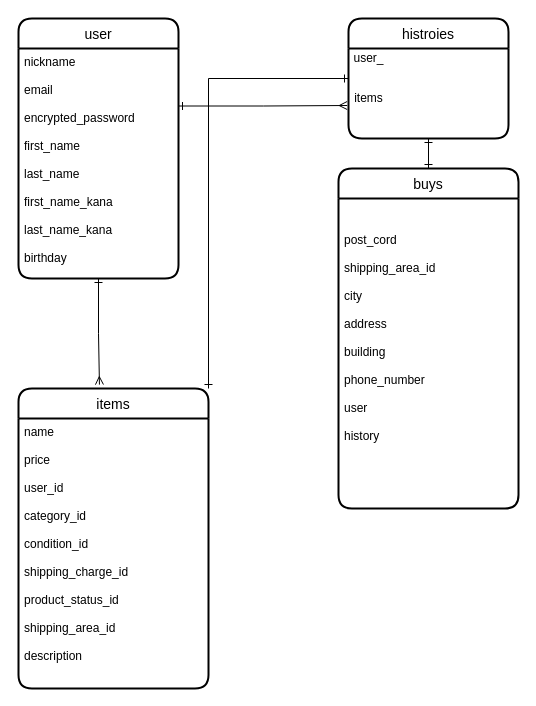
Earlier version of the draw.io diagram test.dio (Masato0530/furima-35867). Source tidied: cells renumbered, new cells numbered last; positions are measured from the earlier drawing's top-left corner, leaving out a move shared by most shapes. Both pictures are drawn from the tidied source at 100%, with x=0, y=0 at pixel (18, 18).
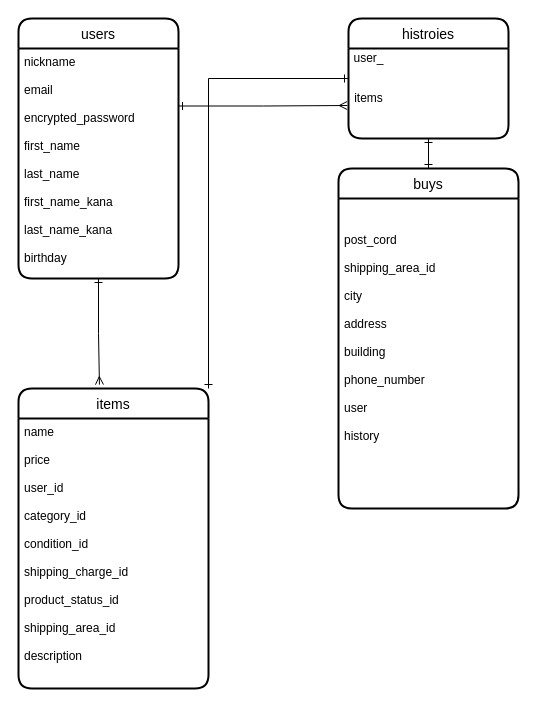
After the change.

Diff of the diagram source:
```diff
@@
 <mxGraphModel>
   <root>
     <mxCell id="0" />
     <mxCell id="1" parent="0" />
     <mxCell id="2" style="edgeStyle=orthogonalEdgeStyle;rounded=0;jettySize=auto;html=1;exitX=1;exitY=0;exitDx=0;exitDy=0;entryX=0;entryY=0.5;entryDx=0;entryDy=0;startArrow=ERone;startFill=0;endArrow=ERone;endFill=0;" parent="1" edge="1" source="3" target="5">
       <mxGeometry relative="1" as="geometry" />
     </mxCell>
     <mxCell id="3" value="items" style="swimlane;horizontal=1;startSize=30;rounded=1;fontSize=14;fontStyle=0;strokeWidth=2;shadow=0;dashed=0;align=center;fillColor=none;" parent="1" vertex="1">
       <mxGeometry y="370" width="190" height="300" as="geometry" />
     </mxCell>
     <mxCell id="4" value="name&#10;&#10;price&#10;&#10;user_id&#10;&#10;category_id&#10;&#10;condition_id&#10;&#10;shipping_charge_id&#10;&#10;product_status_id&#10;&#10;shipping_area_id&#10;&#10;description" style="align=left;strokeColor=none;fillColor=none;spacingLeft=4;fontSize=12;verticalAlign=top;" parent="3" vertex="1">
       <mxGeometry y="30" width="190" height="270" as="geometry" />
     </mxCell>
     <mxCell id="5" value="histroies" style="swimlane;horizontal=1;startSize=30;rounded=1;fontSize=14;fontStyle=0;strokeWidth=2;shadow=0;dashed=0;align=center;fillColor=none;" parent="1" vertex="1">
       <mxGeometry x="330" width="160" height="120" as="geometry" />
     </mxCell>
     <mxCell id="6" style="edgeStyle=orthogonalEdgeStyle;rounded=0;jettySize=auto;html=1;exitX=0.5;exitY=0;exitDx=0;exitDy=0;entryX=0.5;entryY=1;entryDx=0;entryDy=0;startArrow=ERone;startFill=0;endArrow=ERone;endFill=0;" parent="1" edge="1" source="7" target="5">
       <mxGeometry relative="1" as="geometry" />
     </mxCell>
     <mxCell id="7" value="buys" style="swimlane;horizontal=1;startSize=30;rounded=1;fontSize=14;fontStyle=0;strokeWidth=2;shadow=0;dashed=0;align=center;fillColor=none;" parent="1" vertex="1">
       <mxGeometry x="320" y="150" width="180" height="340" as="geometry" />
     </mxCell>
     <mxCell id="8" value="&#10;&#10;post_cord&#10;&#10;shipping_area_id&#10;&#10;city&#10;&#10;address&#10;&#10;building&#10;&#10;phone_number&#10;&#10;user&#10;&#10;history&#10;&#10;" style="align=left;strokeColor=none;fillColor=none;spacingLeft=4;fontSize=12;verticalAlign=top;" parent="7" vertex="1">
       <mxGeometry y="30" width="180" height="310" as="geometry" />
     </mxCell>
     <mxCell id="9" style="edgeStyle=orthogonalEdgeStyle;rounded=0;orthogonalLoop=1;jettySize=auto;html=1;exitX=0.5;exitY=1;exitDx=0;exitDy=0;" parent="7" edge="1" source="8" target="8">
       <mxGeometry relative="1" as="geometry" />
     </mxCell>
     <mxCell id="10" style="edgeStyle=orthogonalEdgeStyle;rounded=0;orthogonalLoop=1;jettySize=auto;html=1;exitX=0.5;exitY=1;exitDx=0;exitDy=0;" parent="7" edge="1" source="8" target="8">
       <mxGeometry relative="1" as="geometry" />
     </mxCell>
     <mxCell id="11" style="edgeStyle=orthogonalEdgeStyle;rounded=0;orthogonalLoop=1;jettySize=auto;html=1;exitX=0.5;exitY=1;exitDx=0;exitDy=0;startArrow=ERone;startFill=0;endArrow=ERmany;endFill=0;" parent="7" edge="1" source="8" target="8">
       <mxGeometry relative="1" as="geometry" />
     </mxCell>
     <mxCell id="12" value="user_" style="text;html=1;align=center;verticalAlign=middle;" parent="1" vertex="1">
       <mxGeometry x="325" y="30" width="50" height="20" as="geometry" />
     </mxCell>
     <mxCell id="13" value="items" style="text;html=1;align=center;verticalAlign=middle;points=[];" parent="1" vertex="1">
       <mxGeometry x="330" y="70" width="40" height="20" as="geometry" />
     </mxCell>
-    <mxCell id="14" value="user" style="swimlane;horizontal=1;startSize=30;rounded=1;fontSize=14;fontStyle=0;strokeWidth=2;shadow=0;dashed=0;align=center;" parent="1" vertex="1">
+    <mxCell id="14" value="users" style="swimlane;horizontal=1;startSize=30;rounded=1;fontSize=14;fontStyle=0;strokeWidth=2;shadow=0;dashed=0;align=center;" parent="1" vertex="1">
       <mxGeometry width="160" height="260" as="geometry" />
     </mxCell>
     <mxCell id="15" value="nickname&#10;&#10;email&#10;&#10;encrypted_password&#10;&#10;first_name&#10;&#10;last_name&#10;&#10;first_name_kana&#10;&#10;last_name_kana&#10;&#10;birthday&#10;&#10;&#10;&#10;" style="align=left;strokeColor=none;fillColor=none;spacingLeft=4;fontSize=12;verticalAlign=top;" parent="14" vertex="1">
       <mxGeometry y="30" width="160" height="230" as="geometry" />
     </mxCell>
     <mxCell id="16" style="edgeStyle=orthogonalEdgeStyle;rounded=0;jettySize=auto;html=1;exitX=1;exitY=0.25;exitDx=0;exitDy=0;entryX=-0.033;entryY=0.85;entryDx=0;entryDy=0;entryPerimeter=0;startArrow=ERone;startFill=0;endArrow=ERmany;endFill=0;" parent="1" edge="1" source="15" target="13">
       <mxGeometry relative="1" as="geometry" />
     </mxCell>
     <mxCell id="17" style="edgeStyle=orthogonalEdgeStyle;rounded=0;jettySize=auto;html=1;exitX=0.5;exitY=1;exitDx=0;exitDy=0;entryX=0.426;entryY=-0.013;entryDx=0;entryDy=0;entryPerimeter=0;startArrow=ERone;startFill=0;endArrow=ERmany;endFill=0;" parent="1" edge="1" source="15" target="3">
       <mxGeometry relative="1" as="geometry" />
     </mxCell>
   </root>
 </mxGraphModel>
```
